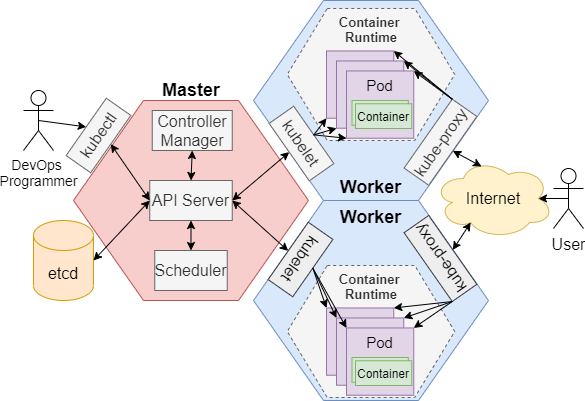
Above: cloud_k8_jenkins/assets/K8S-Arch.png in jarviscanada/jarvis_data_eng_KevinShimotakahara (draw.io), before the change. Source tidied: cells renumbered, new cells last; positions are measured from the earlier drawing's top-left corner, leaving out a move shared by most shapes. Its diagram source:
```xml
<mxGraphModel>
  <root>
    <mxCell id="0" />
    <mxCell id="1" parent="0" />
    <mxCell id="2" style="shape=hexagon;perimeter=hexagonPerimeter2;whiteSpace=wrap;html=1;fixedSize=1;size=70;verticalAlign=top;fontStyle=1;fontSize=18;fillColor=#f8cecc;strokeColor=#b85450;" parent="1" vertex="1">
      <mxGeometry x="50" y="100" width="235" height="200" as="geometry" />
    </mxCell>
    <mxCell id="3" value="API Server" style="rounded=0;whiteSpace=wrap;html=1;fontSize=16;fillColor=#f5f5f5;strokeColor=#666666;fontColor=#333333;" parent="1" vertex="1">
      <mxGeometry x="126.2" y="180" width="82.5" height="40" as="geometry" />
    </mxCell>
    <mxCell id="4" value="etcd" style="shape=cylinder3;whiteSpace=wrap;html=1;boundedLbl=1;backgroundOutline=1;size=15;fontSize=16;fillColor=#ffe6cc;strokeColor=#d79b00;" parent="1" vertex="1">
      <mxGeometry x="10" y="220" width="60" height="80" as="geometry" />
    </mxCell>
    <mxCell id="5" value="Controller Manager" style="rounded=0;whiteSpace=wrap;html=1;fontSize=16;fillColor=#f5f5f5;strokeColor=#666666;fontColor=#333333;" parent="1" vertex="1">
      <mxGeometry x="128.8" y="110" width="80" height="40" as="geometry" />
    </mxCell>
    <mxCell id="6" value="Scheduler" style="rounded=0;whiteSpace=wrap;html=1;fontSize=16;fillColor=#f5f5f5;strokeColor=#666666;fontColor=#333333;" parent="1" vertex="1">
      <mxGeometry x="131.2" y="250" width="72.5" height="40" as="geometry" />
    </mxCell>
    <mxCell id="7" value="Worker" style="shape=hexagon;perimeter=hexagonPerimeter2;whiteSpace=wrap;html=1;fixedSize=1;size=70;verticalAlign=top;fontStyle=1;fontSize=18;fillColor=#dae8fc;strokeColor=#6c8ebf;" parent="1" vertex="1">
      <mxGeometry x="230" y="200" width="235" height="200" as="geometry" />
    </mxCell>
    <mxCell id="8" value="Worker" style="shape=hexagon;perimeter=hexagonPerimeter2;whiteSpace=wrap;html=1;fixedSize=1;size=70;verticalAlign=bottom;fontStyle=1;fontSize=18;fillColor=#dae8fc;strokeColor=#6c8ebf;" parent="1" vertex="1">
      <mxGeometry x="230" width="235" height="200" as="geometry" />
    </mxCell>
    <mxCell id="9" style="endArrow=classic;startArrow=classic;html=1;fontSize=16;exitX=0.5;exitY=1;exitDx=0;exitDy=0;entryX=0;entryY=0.5;entryDx=0;entryDy=0;" parent="1" edge="1" source="34" target="3">
      <mxGeometry relative="1" as="geometry" />
    </mxCell>
    <mxCell id="10" style="endArrow=classic;startArrow=classic;html=1;fontSize=16;exitX=1;exitY=0.5;exitDx=0;exitDy=0;exitPerimeter=0;entryX=0;entryY=0.5;entryDx=0;entryDy=0;" parent="1" edge="1" source="4" target="3">
      <mxGeometry relative="1" as="geometry" />
    </mxCell>
    <mxCell id="11" style="endArrow=classic;startArrow=classic;html=1;fontSize=16;exitX=0.5;exitY=0;exitDx=0;exitDy=0;entryX=0.5;entryY=1;entryDx=0;entryDy=0;" parent="1" edge="1" source="6" target="3">
      <mxGeometry relative="1" as="geometry" />
    </mxCell>
    <mxCell id="12" style="endArrow=classic;startArrow=classic;html=1;fontSize=16;exitX=1;exitY=0.5;exitDx=0;exitDy=0;entryX=0.5;entryY=1;entryDx=0;entryDy=0;" parent="1" edge="1" source="3" target="16">
      <mxGeometry relative="1" as="geometry" />
    </mxCell>
    <mxCell id="13" style="endArrow=classic;startArrow=classic;html=1;fontSize=16;exitX=0.5;exitY=1;exitDx=0;exitDy=0;entryX=1;entryY=0.5;entryDx=0;entryDy=0;" parent="1" edge="1" source="17" target="3">
      <mxGeometry relative="1" as="geometry" />
    </mxCell>
    <mxCell id="14" style="endArrow=classic;startArrow=classic;html=1;fontSize=16;exitX=0.5;exitY=1;exitDx=0;exitDy=0;entryX=0.5;entryY=0;entryDx=0;entryDy=0;" parent="1" edge="1" source="5" target="3">
      <mxGeometry relative="1" as="geometry" />
    </mxCell>
    <mxCell id="15" value="&lt;b&gt;&lt;font style=&quot;font-size: 18px&quot;&gt;Master&lt;/font&gt;&lt;/b&gt;" style="text;html=1;strokeColor=none;fillColor=none;align=center;verticalAlign=middle;whiteSpace=wrap;rounded=0;fontSize=16;" parent="1" vertex="1">
      <mxGeometry x="147.5" y="80" width="40" height="20" as="geometry" />
    </mxCell>
    <mxCell id="16" value="kubelet" style="rounded=0;whiteSpace=wrap;html=1;fontSize=16;rotation=55;fillColor=#f5f5f5;strokeColor=#666666;fontColor=#333333;" parent="1" vertex="1">
      <mxGeometry x="243" y="128" width="70" height="30" as="geometry" />
    </mxCell>
    <mxCell id="17" value="kubelet" style="rounded=0;whiteSpace=wrap;html=1;fontSize=16;rotation=-235;fillColor=#eeeeee;strokeColor=#36393d;" parent="1" vertex="1">
      <mxGeometry x="242" y="244" width="70" height="30" as="geometry" />
    </mxCell>
    <mxCell id="18" value="kube-proxy" style="rounded=0;whiteSpace=wrap;html=1;fontSize=16;rotation=-55;fillColor=#f5f5f5;strokeColor=#666666;fontColor=#333333;" parent="1" vertex="1">
      <mxGeometry x="375" y="126.7" width="84" height="30" as="geometry" />
    </mxCell>
    <mxCell id="19" value="kube-proxy" style="rounded=0;whiteSpace=wrap;html=1;fontSize=16;rotation=235;fillColor=#eeeeee;strokeColor=#36393d;" parent="1" vertex="1">
      <mxGeometry x="375" y="243" width="84" height="30" as="geometry" />
    </mxCell>
    <mxCell id="20" value="Internet" style="ellipse;shape=cloud;whiteSpace=wrap;html=1;fontSize=16;fillColor=#fff2cc;strokeColor=#d6b656;" parent="1" vertex="1">
      <mxGeometry x="410" y="158" width="120" height="80" as="geometry" />
    </mxCell>
    <mxCell id="21" value="Container &lt;br style=&quot;font-size: 13px;&quot;&gt;Runtime" style="shape=hexagon;perimeter=hexagonPerimeter2;whiteSpace=wrap;html=1;fixedSize=1;fontSize=13;size=40;verticalAlign=top;fontStyle=1;fillColor=#f5f5f5;strokeColor=#666666;dashed=1;fontColor=#333333;" parent="1" vertex="1">
      <mxGeometry x="263.8" y="8" width="167.5" height="132" as="geometry" />
    </mxCell>
    <mxCell id="22" style="whiteSpace=wrap;html=1;fontSize=15;fillColor=#e1d5e7;strokeColor=#9673a6;" parent="1" vertex="1">
      <mxGeometry x="303" y="50.5" width="67.3" height="67.3" as="geometry" />
    </mxCell>
    <mxCell id="23" style="whiteSpace=wrap;html=1;fontSize=15;fillColor=#e1d5e7;strokeColor=#9673a6;" parent="1" vertex="1">
      <mxGeometry x="313" y="60.5" width="67.3" height="67.3" as="geometry" />
    </mxCell>
    <mxCell id="24" value="Pod" style="whiteSpace=wrap;html=1;fontSize=15;verticalAlign=top;fillColor=#e1d5e7;strokeColor=#9673a6;" parent="1" vertex="1">
      <mxGeometry x="323" y="70.5" width="67.3" height="67.3" as="geometry" />
    </mxCell>
    <mxCell id="25" style="rounded=0;whiteSpace=wrap;html=1;fontSize=12;fillColor=#d5e8d4;strokeColor=#82b366;" parent="1" vertex="1">
      <mxGeometry x="328.5" y="100" width="56.3" height="24.7" as="geometry" />
    </mxCell>
    <mxCell id="26" value="Container" style="rounded=0;whiteSpace=wrap;html=1;fontSize=12;fillColor=#d5e8d4;strokeColor=#82b366;" parent="1" vertex="1">
      <mxGeometry x="332" y="103.3" width="56.3" height="24.7" as="geometry" />
    </mxCell>
    <mxCell id="27" value="Container &lt;br style=&quot;font-size: 13px;&quot;&gt;Runtime" style="shape=hexagon;perimeter=hexagonPerimeter2;whiteSpace=wrap;html=1;fixedSize=1;fontSize=13;size=40;verticalAlign=top;fontStyle=1;fillColor=#f5f5f5;strokeColor=#666666;fontColor=#333333;dashed=1;" parent="1" vertex="1">
      <mxGeometry x="263.8" y="265" width="167.5" height="132" as="geometry" />
    </mxCell>
    <mxCell id="28" style="whiteSpace=wrap;html=1;fontSize=15;fillColor=#e1d5e7;strokeColor=#9673a6;" parent="1" vertex="1">
      <mxGeometry x="303" y="307.5" width="67.3" height="67.3" as="geometry" />
    </mxCell>
    <mxCell id="29" style="whiteSpace=wrap;html=1;fontSize=15;fillColor=#e1d5e7;strokeColor=#9673a6;" parent="1" vertex="1">
      <mxGeometry x="313" y="317.5" width="67.3" height="67.3" as="geometry" />
    </mxCell>
    <mxCell id="30" value="Pod" style="whiteSpace=wrap;html=1;fontSize=15;verticalAlign=top;fillColor=#e1d5e7;strokeColor=#9673a6;" parent="1" vertex="1">
      <mxGeometry x="323" y="327.5" width="67.3" height="67.3" as="geometry" />
    </mxCell>
    <mxCell id="31" style="rounded=0;whiteSpace=wrap;html=1;fontSize=12;fillColor=#d5e8d4;strokeColor=#82b366;" parent="1" vertex="1">
      <mxGeometry x="328.5" y="357" width="56.3" height="24.7" as="geometry" />
    </mxCell>
    <mxCell id="32" value="Container" style="rounded=0;whiteSpace=wrap;html=1;fontSize=12;fillColor=#d5e8d4;strokeColor=#82b366;" parent="1" vertex="1">
      <mxGeometry x="332" y="360.3" width="56.3" height="24.7" as="geometry" />
    </mxCell>
    <mxCell id="33" value="DevOps &lt;br style=&quot;font-size: 14px;&quot;&gt;Programmer" style="shape=umlActor;verticalLabelPosition=bottom;verticalAlign=top;html=1;outlineConnect=0;fontSize=14;" parent="1" vertex="1">
      <mxGeometry y="90" width="30" height="60" as="geometry" />
    </mxCell>
    <mxCell id="34" value="kubectl" style="rounded=0;whiteSpace=wrap;html=1;fontSize=16;rotation=305;fillColor=#f5f5f5;strokeColor=#666666;fontColor=#333333;" parent="1" vertex="1">
      <mxGeometry x="40" y="120" width="70" height="30" as="geometry" />
    </mxCell>
    <mxCell id="35" style="endArrow=classic;html=1;fontSize=12;exitX=0.5;exitY=0.5;exitDx=0;exitDy=0;exitPerimeter=0;entryX=0.5;entryY=0;entryDx=0;entryDy=0;" parent="1" edge="1" source="33" target="34">
      <mxGeometry relative="1" as="geometry" />
    </mxCell>
    <mxCell id="36" style="endArrow=classic;startArrow=classic;html=1;fontSize=12;entryX=0.5;entryY=1;entryDx=0;entryDy=0;exitX=0.4;exitY=0.1;exitDx=0;exitDy=0;exitPerimeter=0;" parent="1" edge="1" source="20" target="18">
      <mxGeometry relative="1" as="geometry" />
    </mxCell>
    <mxCell id="37" style="endArrow=classic;startArrow=classic;html=1;fontSize=12;exitX=0.5;exitY=1;exitDx=0;exitDy=0;entryX=0.31;entryY=0.8;entryDx=0;entryDy=0;entryPerimeter=0;" parent="1" edge="1" source="19" target="20">
      <mxGeometry relative="1" as="geometry" />
    </mxCell>
    <mxCell id="38" style="endArrow=classic;html=1;fontSize=12;exitX=0.5;exitY=0;exitDx=0;exitDy=0;entryX=0;entryY=1;entryDx=0;entryDy=0;" parent="1" edge="1" source="16" target="22">
      <mxGeometry relative="1" as="geometry" />
    </mxCell>
    <mxCell id="39" style="endArrow=classic;html=1;fontSize=12;exitX=0.5;exitY=0;exitDx=0;exitDy=0;entryX=0;entryY=1;entryDx=0;entryDy=0;" parent="1" edge="1" source="16" target="23">
      <mxGeometry relative="1" as="geometry" />
    </mxCell>
    <mxCell id="40" style="endArrow=classic;html=1;fontSize=12;exitX=0.5;exitY=0;exitDx=0;exitDy=0;entryX=0;entryY=1;entryDx=0;entryDy=0;" parent="1" edge="1" source="16" target="24">
      <mxGeometry relative="1" as="geometry" />
    </mxCell>
    <mxCell id="41" style="endArrow=classic;html=1;fontSize=12;exitX=0.5;exitY=0;exitDx=0;exitDy=0;entryX=0;entryY=0;entryDx=0;entryDy=0;" parent="1" edge="1" source="17" target="28">
      <mxGeometry relative="1" as="geometry" />
    </mxCell>
    <mxCell id="42" style="endArrow=classic;html=1;fontSize=12;exitX=0.5;exitY=0;exitDx=0;exitDy=0;entryX=0;entryY=0;entryDx=0;entryDy=0;" parent="1" edge="1" source="17" target="29">
      <mxGeometry relative="1" as="geometry" />
    </mxCell>
    <mxCell id="43" style="endArrow=classic;html=1;fontSize=12;exitX=0.5;exitY=0;exitDx=0;exitDy=0;entryX=0;entryY=0;entryDx=0;entryDy=0;" parent="1" edge="1" source="17" target="30">
      <mxGeometry relative="1" as="geometry" />
    </mxCell>
    <mxCell id="44" style="endArrow=classic;html=1;fontSize=12;exitX=1;exitY=0;exitDx=0;exitDy=0;entryX=1;entryY=0;entryDx=0;entryDy=0;" parent="1" edge="1" source="18" target="22">
      <mxGeometry relative="1" as="geometry" />
    </mxCell>
    <mxCell id="45" style="endArrow=classic;html=1;fontSize=12;exitX=1;exitY=0;exitDx=0;exitDy=0;entryX=1;entryY=0;entryDx=0;entryDy=0;" parent="1" edge="1" source="18" target="23">
      <mxGeometry relative="1" as="geometry" />
    </mxCell>
    <mxCell id="46" style="endArrow=classic;html=1;fontSize=12;exitX=1;exitY=0;exitDx=0;exitDy=0;entryX=1;entryY=0;entryDx=0;entryDy=0;" parent="1" edge="1" source="18" target="24">
      <mxGeometry relative="1" as="geometry" />
    </mxCell>
    <mxCell id="47" style="endArrow=classic;html=1;fontSize=12;exitX=0;exitY=0;exitDx=0;exitDy=0;entryX=1;entryY=0;entryDx=0;entryDy=0;" parent="1" edge="1" source="19" target="30">
      <mxGeometry relative="1" as="geometry" />
    </mxCell>
    <mxCell id="48" style="endArrow=classic;html=1;fontSize=12;exitX=0;exitY=0;exitDx=0;exitDy=0;entryX=1;entryY=0;entryDx=0;entryDy=0;" parent="1" edge="1" source="19" target="29">
      <mxGeometry relative="1" as="geometry" />
    </mxCell>
    <mxCell id="49" style="endArrow=classic;html=1;fontSize=12;exitX=0;exitY=0;exitDx=0;exitDy=0;entryX=1;entryY=0;entryDx=0;entryDy=0;" parent="1" edge="1" source="19" target="28">
      <mxGeometry relative="1" as="geometry" />
    </mxCell>
    <mxCell id="50" value="User" style="shape=umlActor;verticalLabelPosition=bottom;verticalAlign=top;html=1;outlineConnect=0;fontSize=16;" parent="1" vertex="1">
      <mxGeometry x="530" y="168" width="30" height="60" as="geometry" />
    </mxCell>
    <mxCell id="51" style="endArrow=classic;html=1;fontSize=12;exitX=0.5;exitY=0.5;exitDx=0;exitDy=0;exitPerimeter=0;entryX=0.875;entryY=0.5;entryDx=0;entryDy=0;entryPerimeter=0;" parent="1" edge="1" source="50" target="20">
      <mxGeometry relative="1" as="geometry" />
    </mxCell>
  </root>
</mxGraphModel>
```
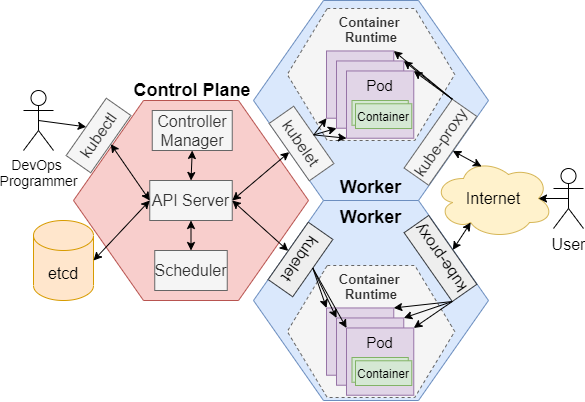
The same file after the commit.

Diff of the diagram source:
```diff
@@ -41,8 +41,8 @@
     <mxCell id="14" style="endArrow=classic;startArrow=classic;html=1;fontSize=16;exitX=0.5;exitY=1;exitDx=0;exitDy=0;entryX=0.5;entryY=0;entryDx=0;entryDy=0;" parent="1" edge="1" source="5" target="3">
       <mxGeometry relative="1" as="geometry" />
     </mxCell>
-    <mxCell id="15" value="&lt;b&gt;&lt;font style=&quot;font-size: 18px&quot;&gt;Master&lt;/font&gt;&lt;/b&gt;" style="text;html=1;strokeColor=none;fillColor=none;align=center;verticalAlign=middle;whiteSpace=wrap;rounded=0;fontSize=16;" parent="1" vertex="1">
-      <mxGeometry x="147.5" y="80" width="40" height="20" as="geometry" />
+    <mxCell id="15" value="&lt;b&gt;&lt;font style=&quot;font-size: 18px&quot;&gt;Control Plane&lt;/font&gt;&lt;/b&gt;" style="text;html=1;strokeColor=none;fillColor=none;align=center;verticalAlign=middle;whiteSpace=wrap;rounded=0;fontSize=16;" parent="1" vertex="1">
+      <mxGeometry x="88.8" y="80" width="160" height="20" as="geometry" />
     </mxCell>
     <mxCell id="16" value="kubelet" style="rounded=0;whiteSpace=wrap;html=1;fontSize=16;rotation=55;fillColor=#f5f5f5;strokeColor=#666666;fontColor=#333333;" parent="1" vertex="1">
       <mxGeometry x="243" y="128" width="70" height="30" as="geometry" />
```
